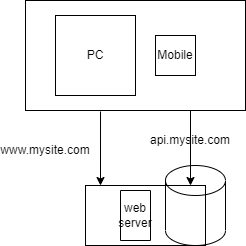
This is Database.drawio.png from JuneSYi/systemDesignSandbox, a draw.io export, as it was before one commit. Source tidied: cells renumbered, new cells last; positions are measured from the earlier drawing's top-left corner, leaving out a move shared by most shapes.
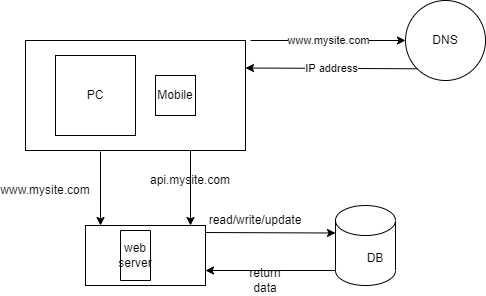
Later version of the same file.

Commit message:
first diagram complete

What changed in the source:
```diff
@@ -40,7 +40,33 @@
       <mxGeometry x="145" y="125" width="60" height="30" as="geometry" />
     </mxCell>
     <mxCell id="13" style="shape=cylinder3;whiteSpace=wrap;html=1;boundedLbl=1;backgroundOutline=1;size=15;strokeWidth=1;fillColor=none;gradientColor=none;" parent="1" vertex="1">
-      <mxGeometry x="150" y="165" width="60" height="80" as="geometry" />
+      <mxGeometry x="320" y="165" width="60" height="80" as="geometry" />
     </mxCell>
+    <mxCell id="14" value="DB" style="text;html=1;strokeColor=none;fillColor=none;align=center;verticalAlign=middle;whiteSpace=wrap;rounded=0;" parent="1" vertex="1">
+      <mxGeometry x="330" y="200" width="60" height="35" as="geometry" />
+    </mxCell>
+    <mxCell id="15" style="endArrow=classic;html=1;rounded=0;entryX=1;entryY=0.75;entryDx=0;entryDy=0;exitX=0;exitY=1;exitDx=0;exitDy=-15;exitPerimeter=0;" parent="1" edge="1" source="13" target="9">
+      <mxGeometry relative="1" as="geometry" />
+    </mxCell>
+    <mxCell id="16" style="endArrow=classic;html=1;rounded=0;entryX=0;entryY=0;entryDx=0;entryDy=27.5;entryPerimeter=0;exitX=1;exitY=0.117;exitDx=0;exitDy=0;exitPerimeter=0;" parent="1" edge="1" source="9" target="13">
+      <mxGeometry relative="1" as="geometry" />
+    </mxCell>
+    <mxCell id="17" value="read/write/update" style="text;html=1;strokeColor=none;fillColor=none;align=center;verticalAlign=middle;whiteSpace=wrap;rounded=0;" parent="1" vertex="1">
+      <mxGeometry x="210" y="165" width="60" height="30" as="geometry" />
+    </mxCell>
+    <mxCell id="18" value="return data" style="text;html=1;strokeColor=none;fillColor=none;align=center;verticalAlign=middle;whiteSpace=wrap;rounded=0;" parent="1" vertex="1">
+      <mxGeometry x="220" y="225" width="60" height="30" as="geometry" />
+    </mxCell>
+    <mxCell id="19" value="DNS" style="ellipse;whiteSpace=wrap;html=1;strokeWidth=1;fillColor=none;gradientColor=none;" parent="1" vertex="1">
+      <mxGeometry x="390" y="-40" width="80" height="80" as="geometry" />
+    </mxCell>
+    <mxCell id="20" value="www.mysite.com" style="endArrow=classic;html=1;rounded=0;entryX=0;entryY=0.5;entryDx=0;entryDy=0;" parent="1" edge="1" target="19">
+      <mxGeometry relative="1" as="geometry">
+        <mxPoint x="235" as="sourcePoint" />
+      </mxGeometry>
+    </mxCell>
+    <mxCell id="21" value="IP address" style="endArrow=classic;html=1;rounded=0;exitX=0;exitY=1;exitDx=0;exitDy=0;entryX=1;entryY=0.25;entryDx=0;entryDy=0;" parent="1" edge="1" source="19" target="5">
+      <mxGeometry relative="1" as="geometry" />
+    </mxCell>
   </root>
 </mxGraphModel>
```
